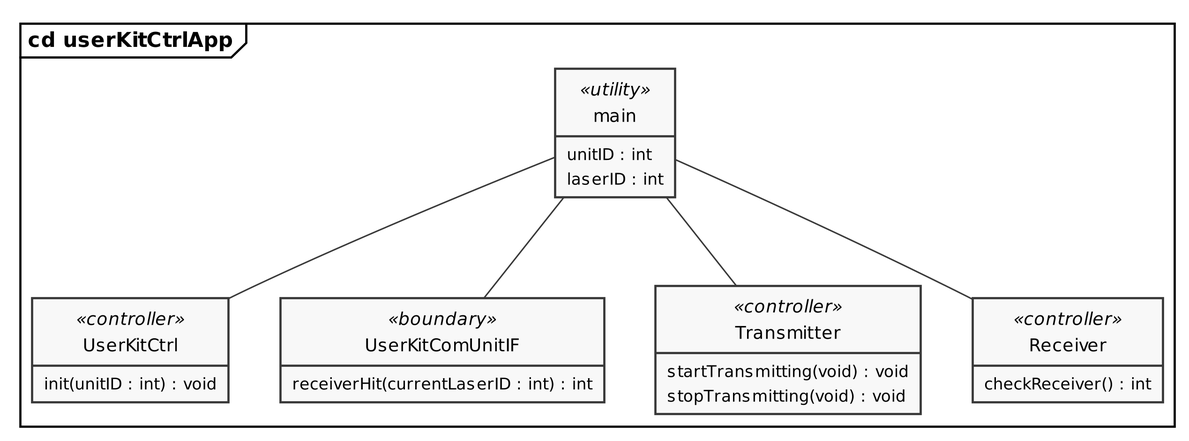
This is PlantUML/out/userKitCtrlApp_cd.png from LasseKrarup/Laser-Tag-Project, a PlantUML export, as it was before one commit.
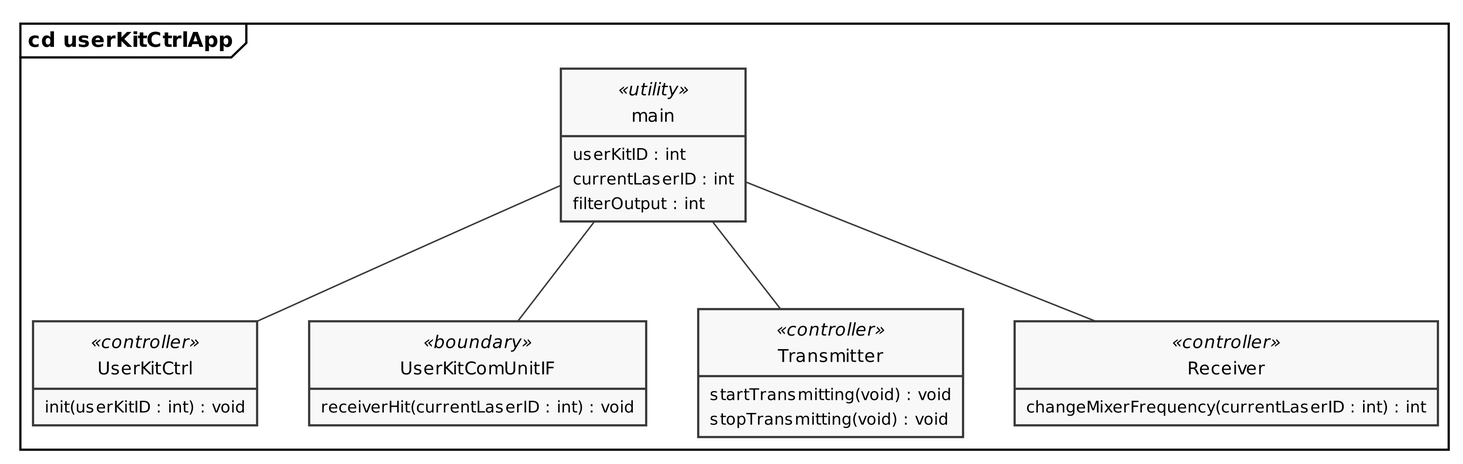
The same diagram one commit later.

Change to the diagram source:
```diff
@@ -15,16 +15,17 @@
 frame "cd userKitCtrlApp" {
 
     class main <<utility>> {
-        unitID : int
-        laserID : int
+        userKitID : int
+        currentLaserID : int
+        filterOutput : int
     }
 
     class UserKitCtrl <<controller>> {
-        init(unitID : int) : void
+        init(userKitID : int) : void
     }
 
     class UserKitComUnitIF <<boundary>> {
-        receiverHit(currentLaserID : int) : int
+        receiverHit(currentLaserID : int) : void
     }
 
     class Transmitter <<controller>> {
@@ -33,7 +34,7 @@
     }
 
     class Receiver <<controller>> {
-        checkReceiver() : int
+        changeMixerFrequency(currentLaserID : int) : int
     }
 }
 
```
